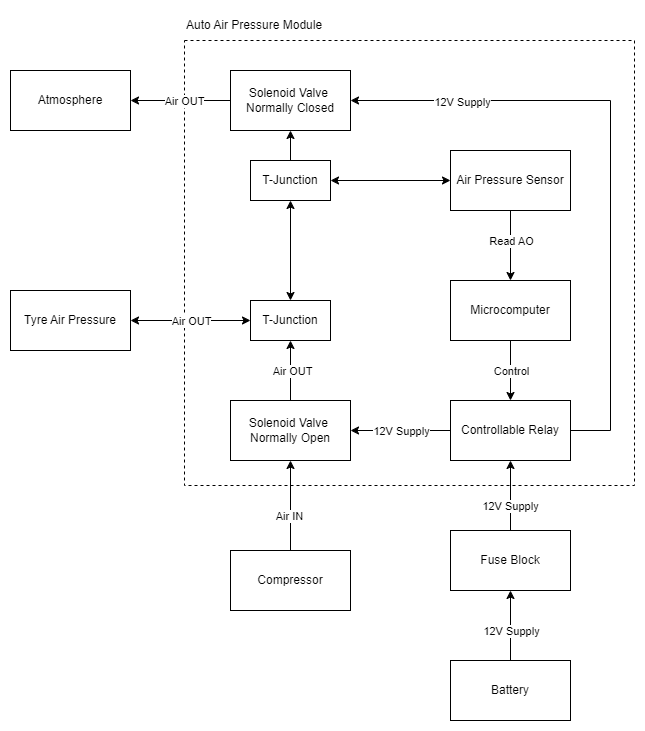
Above: diagram.png in dhenl2/Auto-Compressor (draw.io), before the change. Source tidied: cells renumbered, new cells last; positions are measured from the earlier drawing's top-left corner, leaving out a move shared by most shapes.
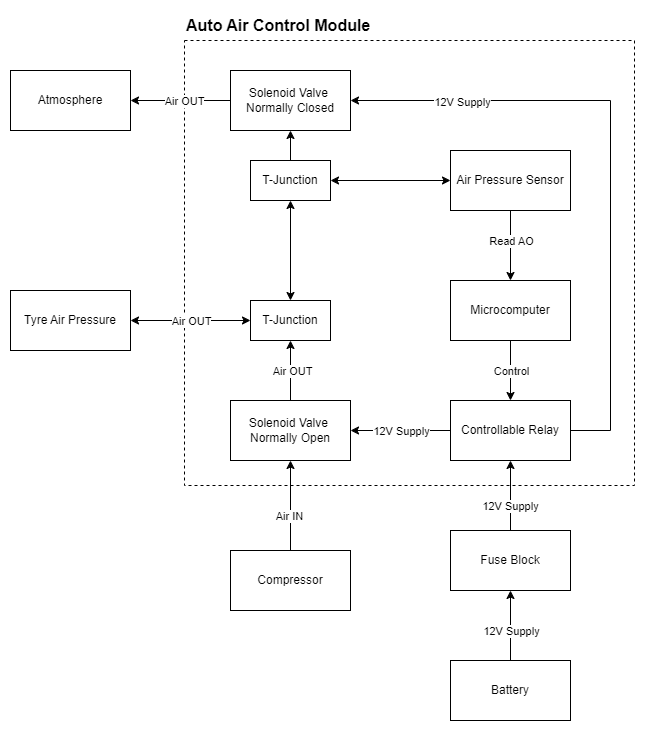
Later version of the same file.

What changed in the source:
```diff
@@ -91,8 +91,8 @@
     <mxCell id="24" value="T-Junction" style="rounded=0;whiteSpace=wrap;html=1;fillColor=none;" parent="1" vertex="1">
       <mxGeometry x="240" y="290" width="80" height="40" as="geometry" />
     </mxCell>
-    <mxCell id="25" value="Auto Air Pressure Module" style="text;html=1;strokeColor=none;fillColor=none;align=left;verticalAlign=middle;whiteSpace=wrap;rounded=0;" parent="1" vertex="1">
-      <mxGeometry x="174" width="146" height="30" as="geometry" />
+    <mxCell id="25" value="Auto Air Control Module" style="text;html=1;strokeColor=none;fillColor=none;align=left;verticalAlign=middle;whiteSpace=wrap;rounded=0;fontStyle=1;fontSize=16;" parent="1" vertex="1">
+      <mxGeometry x="174" width="236" height="30" as="geometry" />
     </mxCell>
     <mxCell id="26" style="edgeStyle=orthogonalEdgeStyle;rounded=0;jettySize=auto;html=1;entryX=0.5;entryY=1;entryDx=0;entryDy=0;startArrow=none;startFill=0;" parent="1" edge="1" source="28" target="31">
       <mxGeometry relative="1" as="geometry">
```
